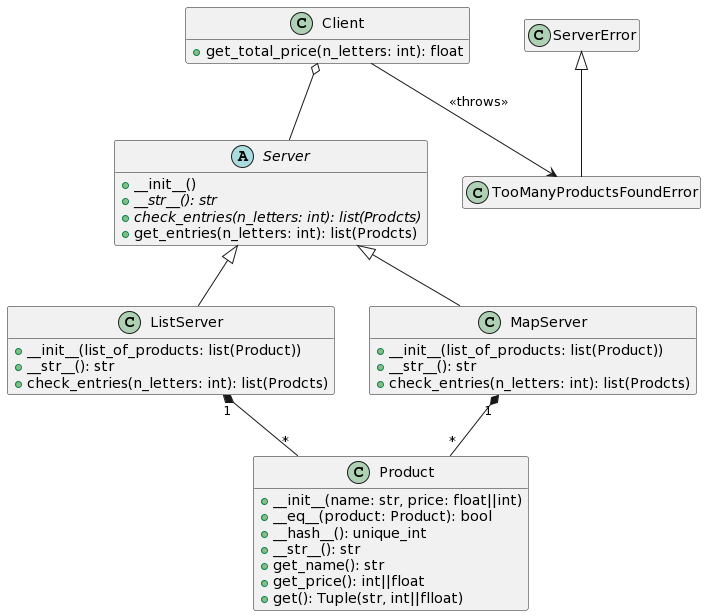
PawLato23/serwery_python keeps this PlantUML diagram as diagram.png. Above is the earlier version.
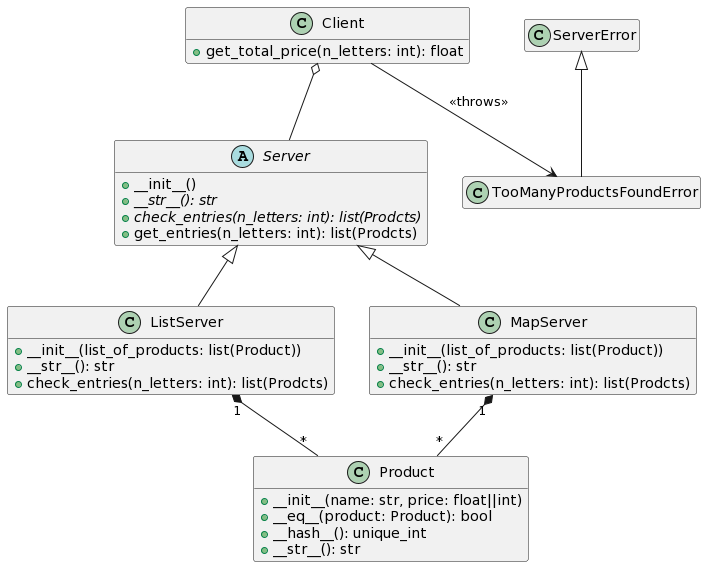
After the change.

Commit message:
usunięto do końca gettery z UML

The edit, as a diff of the source:
```diff
@@ -6,9 +6,6 @@
  + __eq__(product: Product): bool
  + __hash__(): unique_int
  + __str__(): str
- + get_name(): str
- + get_price(): int||float
- + get(): Tuple(str, int||flloat)
 }
 
 abstract class Server{
```
